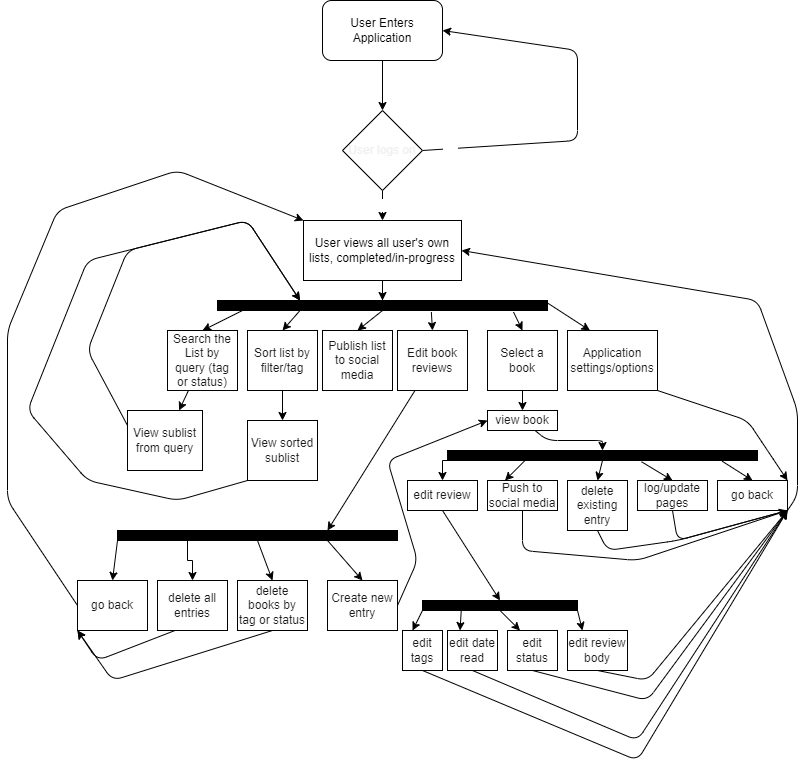
cse110-fa22-group13/cse110-fa22-group13 keeps this draw.io diagram as specs/system diagrams/uml_activity_diagram.drawio.png. Above is the earlier version. Source tidied: cells renumbered, new cells last; positions are measured from the earlier drawing's top-left corner, leaving out a move shared by most shapes.
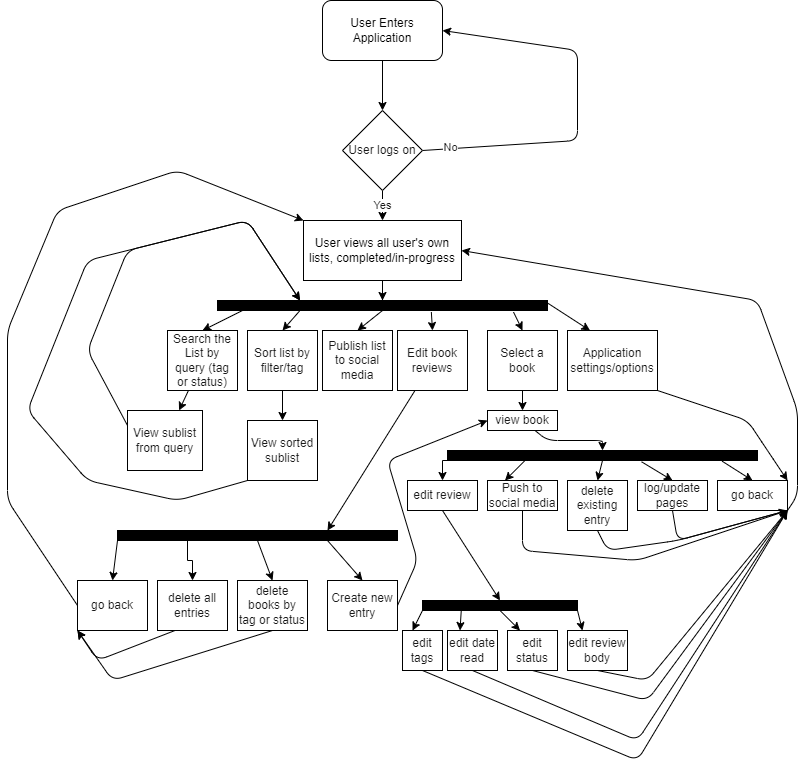
Above is the later version.

Commit message:
Small Fix to text color for activity diagram

Change to the diagram source:
```diff
@@ -218,7 +218,7 @@
     <mxCell id="54" value="&lt;font color=&quot;#1a1a1a&quot;&gt;Application settings/options&lt;/font&gt;" style="rounded=0;whiteSpace=wrap;html=1;fillColor=#FFFFFF;" parent="1" vertex="1">
       <mxGeometry x="560" y="330" width="90" height="60" as="geometry" />
     </mxCell>
-    <mxCell id="55" value="Yes" style="edgeStyle=none;html=1;exitX=0.5;exitY=1;exitDx=0;exitDy=0;entryX=0.5;entryY=0;entryDx=0;entryDy=0;fontColor=#FFFFFF;" parent="1" edge="1" source="58" target="5">
+    <mxCell id="55" value="Yes" style="edgeStyle=none;html=1;exitX=0.5;exitY=1;exitDx=0;exitDy=0;entryX=0.5;entryY=0;entryDx=0;entryDy=0;fontColor=#1A1A1A;" parent="1" edge="1" source="58" target="5">
       <mxGeometry relative="1" as="geometry" />
     </mxCell>
     <mxCell id="56" style="edgeStyle=none;html=1;exitX=1;exitY=0.5;exitDx=0;exitDy=0;entryX=1;entryY=0.5;entryDx=0;entryDy=0;fontColor=#FFFFFF;" parent="1" edge="1" source="58" target="3">
@@ -229,10 +229,10 @@
         </Array>
       </mxGeometry>
     </mxCell>
-    <mxCell id="57" value="No" style="edgeLabel;html=1;align=center;verticalAlign=middle;fontColor=#FFFFFF;" parent="56" vertex="1">
+    <mxCell id="57" value="No" style="edgeLabel;html=1;align=center;verticalAlign=middle;fontColor=#1A1A1A;" parent="56" vertex="1">
       <mxGeometry x="-0.85" y="2" relative="1" as="geometry" />
     </mxCell>
-    <mxCell id="58" value="&lt;span style=&quot;color: rgb(240 , 240 , 240)&quot;&gt;User logs on&lt;/span&gt;" style="rhombus;whiteSpace=wrap;html=1;fontColor=#1A1A1A;" parent="1" vertex="1">
+    <mxCell id="58" value="User logs on" style="rhombus;whiteSpace=wrap;html=1;fontColor=#1A1A1A;" parent="1" vertex="1">
       <mxGeometry x="335" y="110" width="80" height="80" as="geometry" />
     </mxCell>
     <mxCell id="59" style="edgeStyle=none;html=1;exitX=0.5;exitY=1;exitDx=0;exitDy=0;entryX=1;entryY=1;entryDx=0;entryDy=0;fontColor=#FFFFFF;" parent="1" edge="1" source="60" target="41">
```
